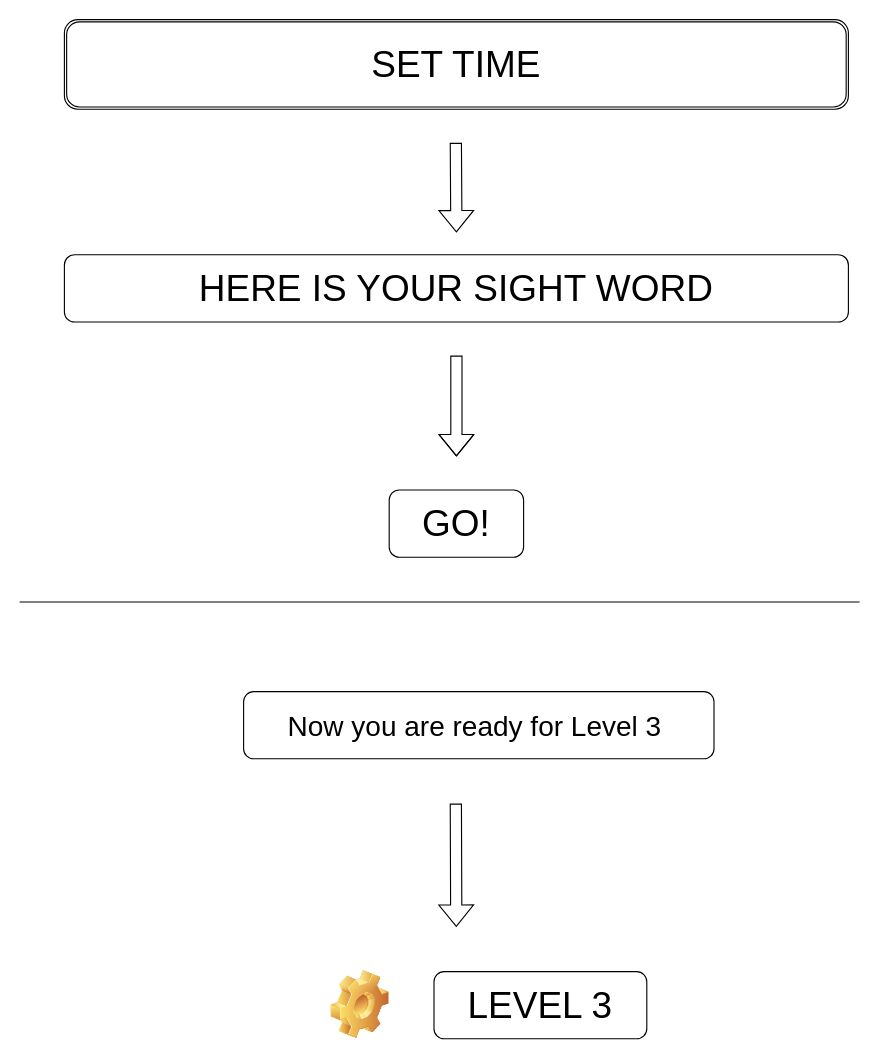
This is page "Page-2" (2 of 3) of Project1 Mockup.drawio from sashasabov/Project-1, a draw.io file, before an edit. Source tidied: cells renumbered, new cells numbered last; positions are measured from the earlier drawing's top-left corner, leaving out a move shared by most shapes. Both pictures are drawn from the tidied source at 112%, with x=0, y=0 at pixel (19, 19).
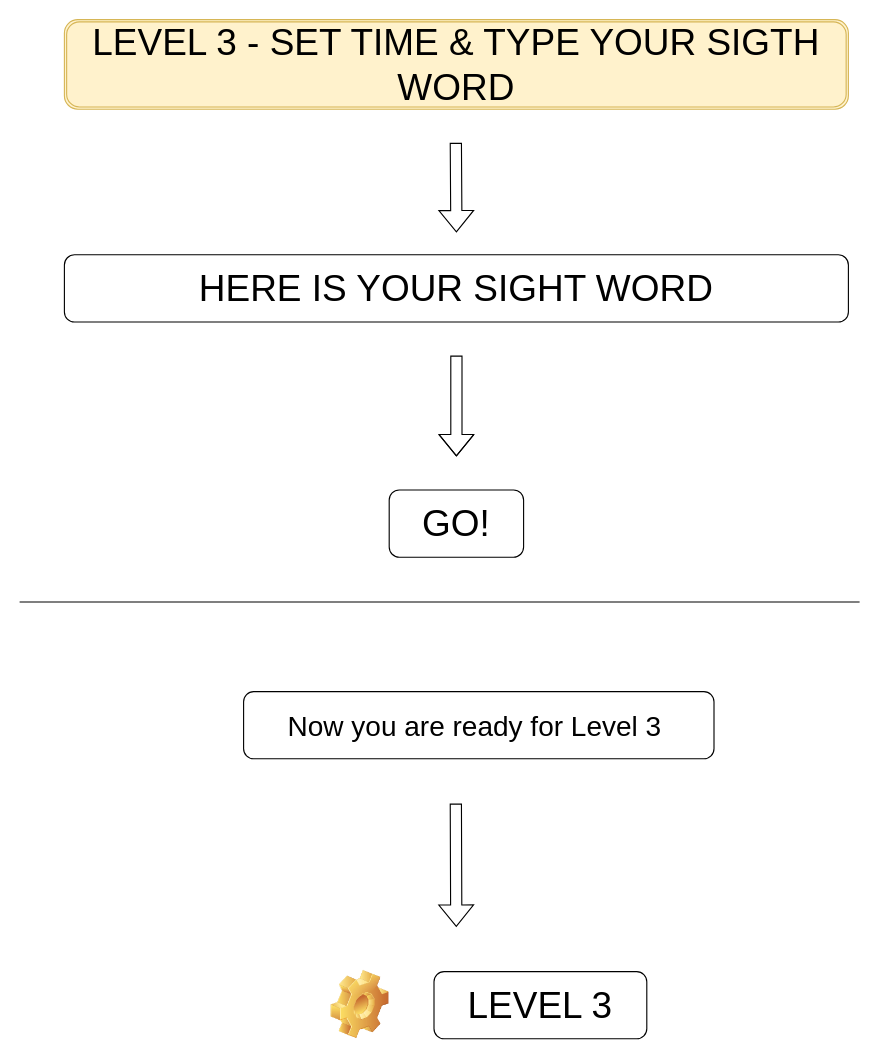
After the change.

What changed in the source:
```diff
@@
 <mxGraphModel>
   <root>
     <mxCell id="0" />
     <mxCell id="1" parent="0" />
-    <mxCell id="2" value="SET TIME" style="shape=ext;double=1;rounded=1;whiteSpace=wrap;html=1;fontSize=33;" parent="1" vertex="1">
+    <mxCell id="2" value="LEVEL 3 - SET TIME &amp;amp; TYPE YOUR SIGTH WORD" style="shape=ext;double=1;rounded=1;whiteSpace=wrap;html=1;fontSize=33;fillColor=#fff2cc;strokeColor=#d6b656;" parent="1" vertex="1">
       <mxGeometry x="40" width="700" height="80" as="geometry" />
     </mxCell>
     <mxCell id="3" style="shape=flexArrow;endArrow=classic;html=1;rounded=0;fontSize=33;" parent="1" edge="1">
       <mxGeometry relative="1" as="geometry">
         <mxPoint x="389.5" y="110" as="sourcePoint" />
         <mxPoint x="390" y="190" as="targetPoint" />
       </mxGeometry>
     </mxCell>
     <mxCell id="4" value="HERE IS YOUR SIGHT WORD" style="rounded=1;whiteSpace=wrap;html=1;fontSize=33;" parent="1" vertex="1">
       <mxGeometry x="40" y="210" width="700" height="60" as="geometry" />
     </mxCell>
     <mxCell id="5" value="GO!" style="rounded=1;whiteSpace=wrap;html=1;fontSize=33;" parent="1" vertex="1">
       <mxGeometry x="330" y="420" width="120" height="60" as="geometry" />
     </mxCell>
     <mxCell id="6" style="shape=flexArrow;endArrow=classic;html=1;rounded=0;fontSize=33;" parent="1" edge="1">
       <mxGeometry relative="1" as="geometry">
         <mxPoint x="390" y="300" as="sourcePoint" />
         <mxPoint x="390" y="390" as="targetPoint" />
         <Array as="points">
           <mxPoint x="390" y="340" />
           <mxPoint x="390" y="350" />
         </Array>
       </mxGeometry>
     </mxCell>
     <mxCell id="7" style="shape=flexArrow;endArrow=classic;html=1;rounded=0;fontSize=33;" parent="1" edge="1">
       <mxGeometry relative="1" as="geometry">
         <mxPoint x="389.5" y="700" as="sourcePoint" />
         <mxPoint x="389.9" y="810" as="targetPoint" />
       </mxGeometry>
     </mxCell>
     <mxCell id="8" style="shape=image;html=1;verticalLabelPosition=bottom;verticalAlign=top;imageAspect=1;image=img/clipart/Gear_128x128.png;fontSize=33;" parent="1" vertex="1">
       <mxGeometry x="278" y="849" width="52" height="61" as="geometry" />
     </mxCell>
     <mxCell id="9" value="LEVEL 3" style="rounded=1;whiteSpace=wrap;html=1;fontSize=33;" parent="1" vertex="1">
       <mxGeometry x="370" y="850" width="190" height="60" as="geometry" />
     </mxCell>
     <mxCell id="10" style="endArrow=none;html=1;rounded=0;fontSize=25;" parent="1" edge="1">
       <mxGeometry relative="1" as="geometry">
         <mxPoint y="520" as="sourcePoint" />
         <mxPoint x="750" y="520" as="targetPoint" />
       </mxGeometry>
     </mxCell>
     <mxCell id="11" value="Now you are ready for Level 3&amp;nbsp;" style="rounded=1;whiteSpace=wrap;html=1;fontSize=25;" parent="1" vertex="1">
       <mxGeometry x="200" y="600" width="420" height="60" as="geometry" />
     </mxCell>
   </root>
 </mxGraphModel>
```
